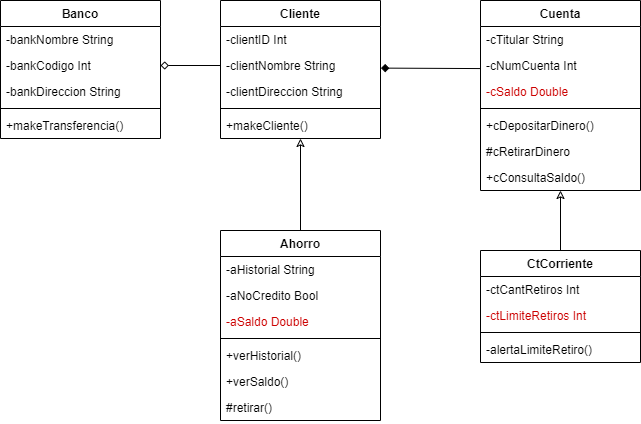
Earlier version of the draw.io export taller3.drawio.png (nlagos1/ejercicios_modelado). Source tidied: cells renumbered, new cells last; positions are measured from the earlier drawing's top-left corner, leaving out a move shared by most shapes.
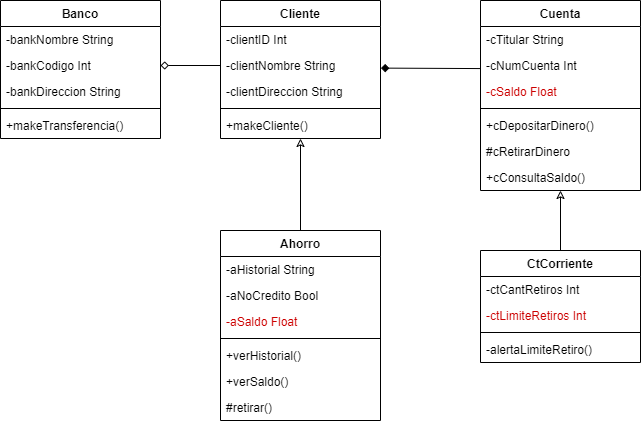
The same diagram one commit later.

Diff of the diagram source:
```diff
@@ -32,7 +32,7 @@
     <mxCell id="11" value="-cNumCuenta Int" style="text;strokeColor=none;fillColor=none;align=left;verticalAlign=top;spacingLeft=4;spacingRight=4;overflow=hidden;points=[[0,0.5],[1,0.5]];portConstraint=eastwest;" parent="9" vertex="1">
       <mxGeometry y="52" width="160" height="26" as="geometry" />
     </mxCell>
-    <mxCell id="12" value="-cSaldo Double" style="text;strokeColor=none;fillColor=none;align=left;verticalAlign=top;spacingLeft=4;spacingRight=4;overflow=hidden;fontColor=#CC0000;" parent="9" vertex="1">
+    <mxCell id="12" value="-cSaldo Float" style="text;strokeColor=none;fillColor=none;align=left;verticalAlign=top;spacingLeft=4;spacingRight=4;overflow=hidden;fontColor=#CC0000;" parent="9" vertex="1">
       <mxGeometry y="78" width="160" height="26" as="geometry" />
     </mxCell>
     <mxCell id="13" style="line;strokeWidth=1;fillColor=none;align=left;verticalAlign=middle;spacingTop=-1;spacingLeft=3;spacingRight=3;labelPosition=right;strokeColor=inherit;" parent="9" vertex="1">
@@ -92,7 +92,7 @@
     <mxCell id="31" value="-aNoCredito Bool" style="text;strokeColor=none;fillColor=none;align=left;verticalAlign=top;spacingLeft=4;spacingRight=4;overflow=hidden;" parent="29" vertex="1">
       <mxGeometry y="52" width="160" height="26" as="geometry" />
     </mxCell>
-    <mxCell id="32" value="-aSaldo Double" style="text;strokeColor=none;fillColor=none;align=left;verticalAlign=top;spacingLeft=4;spacingRight=4;overflow=hidden;fontColor=#CC0000;" parent="29" vertex="1">
+    <mxCell id="32" value="-aSaldo Float" style="text;strokeColor=none;fillColor=none;align=left;verticalAlign=top;spacingLeft=4;spacingRight=4;overflow=hidden;fontColor=#CC0000;" parent="29" vertex="1">
       <mxGeometry y="78" width="160" height="26" as="geometry" />
     </mxCell>
     <mxCell id="33" style="line;strokeWidth=1;fillColor=none;align=left;verticalAlign=middle;spacingTop=-1;spacingLeft=3;spacingRight=3;labelPosition=right;strokeColor=inherit;" parent="29" vertex="1">
```
